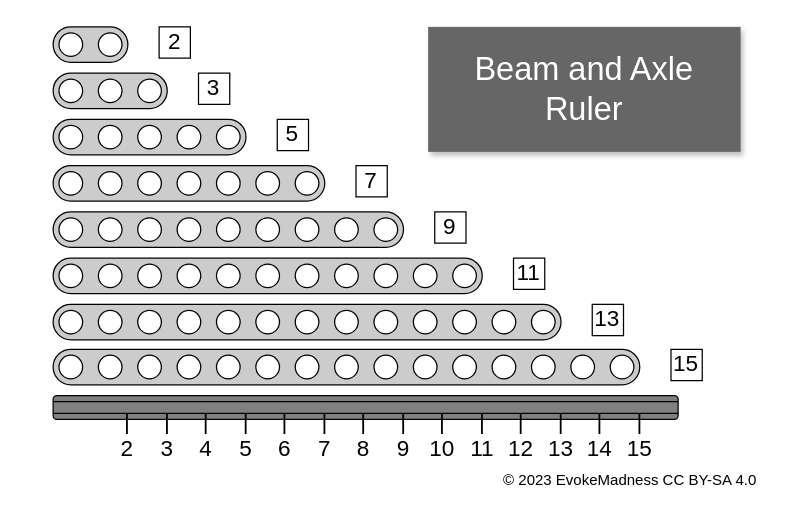
Earlier version of the draw.io diagram src/drawio/beam-axle-ruler.drawio (EvokeMadness/note-cards). Source tidied: cells renumbered, new cells numbered last; positions are measured from the earlier drawing's top-left corner, leaving out a move shared by most shapes. Both pictures are drawn from the tidied source at 125%, with x=0, y=0 at pixel (21, 26).
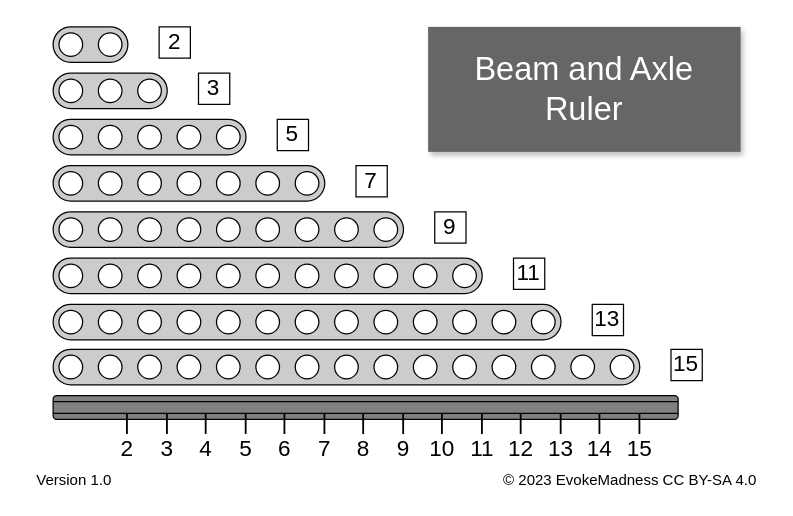
The same diagram, later.

Change to the diagram source:
```diff
@@
     <mxCell id="111" value="© 2023 EvokeMadness CC BY-SA 4.0" style="text;html=1;strokeColor=none;fillColor=none;align=right;verticalAlign=middle;whiteSpace=wrap;rounded=0;spacingRight=10;" parent="87" vertex="1">
-      <mxGeometry y="350" width="600" height="25" as="geometry" />
+      <mxGeometry x="325" y="350" width="275" height="25" as="geometry" />
     </mxCell>
+    <mxCell id="112" value="Version 1.0" style="text;html=1;strokeColor=none;fillColor=none;align=left;verticalAlign=middle;whiteSpace=wrap;rounded=0;spacingRight=0;spacingLeft=10;" parent="87" vertex="1">
+      <mxGeometry y="350" width="275" height="25" as="geometry" />
+    </mxCell>
```
